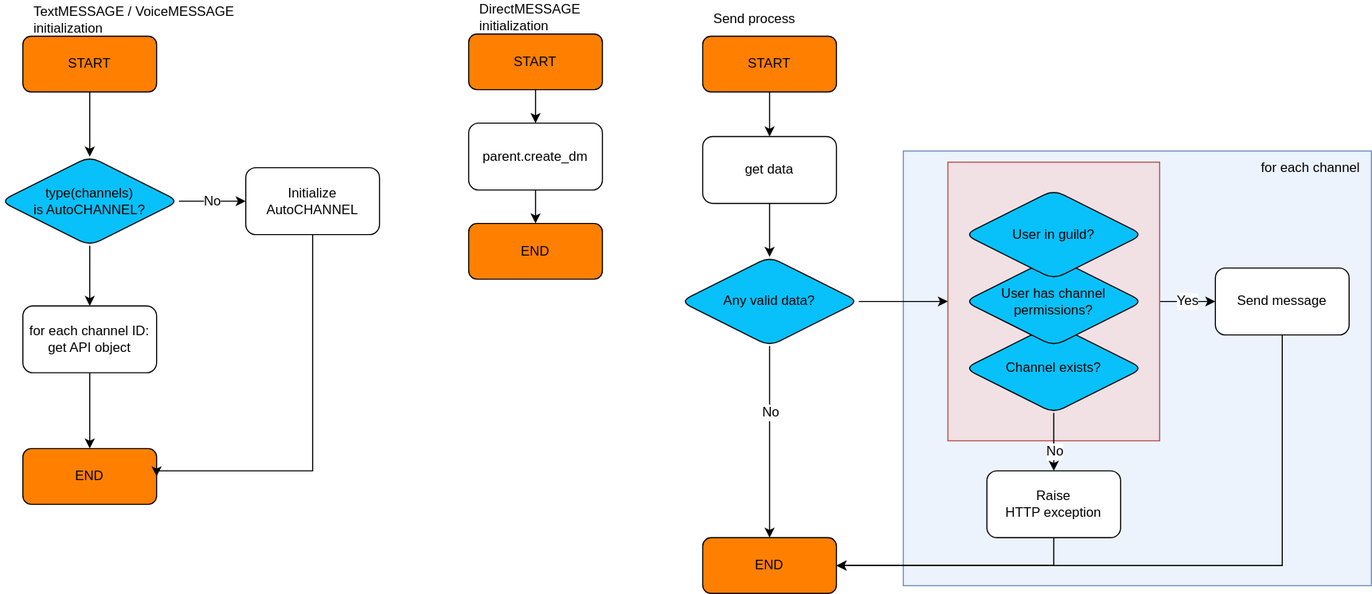
Before: docs/thesis/images/daf-message-process.svg, a diagram exported from draw.io (davidhozic/discord-advertisement-framework). Source tidied: cells renumbered, new cells last; positions are measured from the earlier drawing's top-left corner, leaving out a move shared by most shapes.
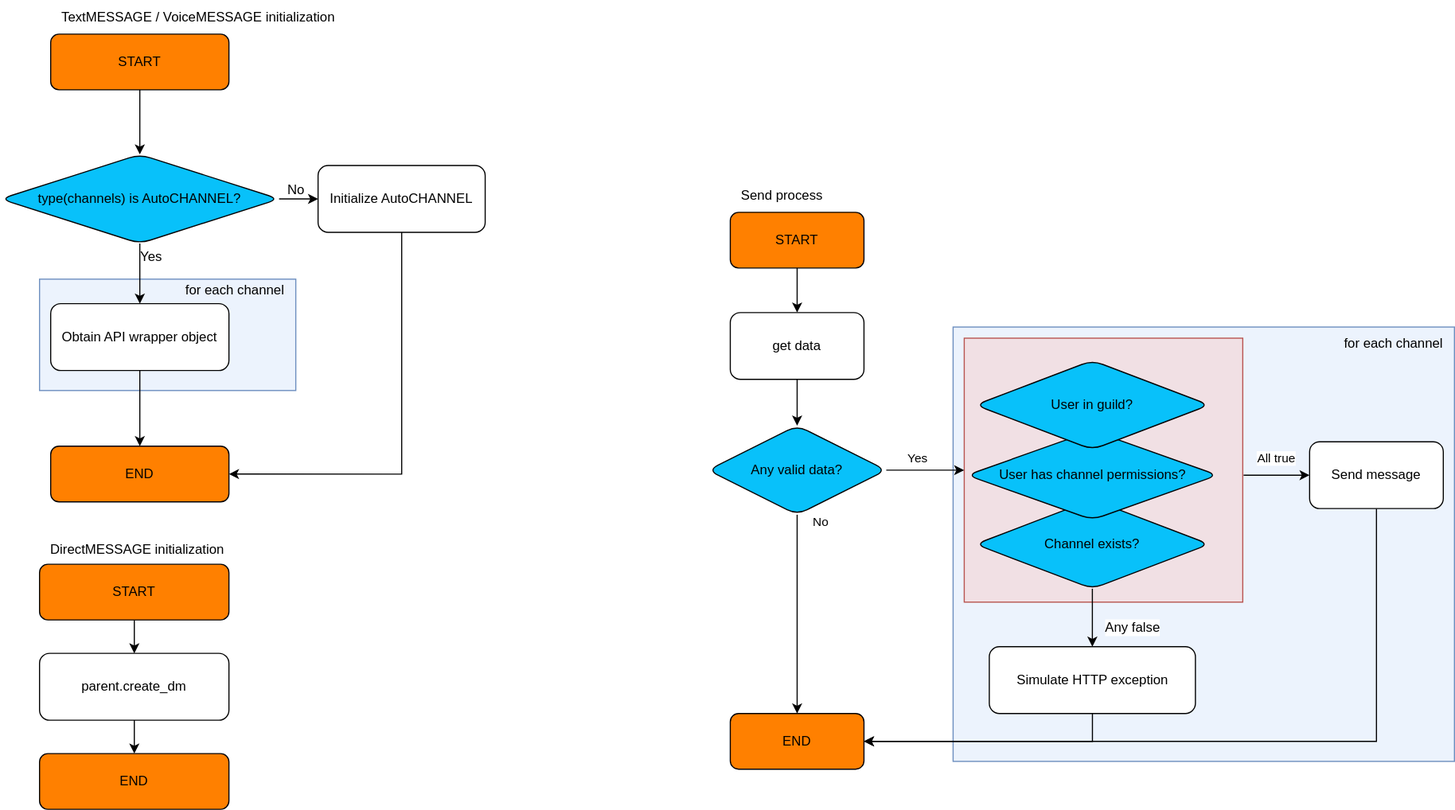
Above is the later version.

The edit, as a diff of the source:
```diff
@@ -2,140 +2,157 @@
   <root>
     <mxCell id="0" />
     <mxCell id="1" parent="0" />
+    <mxCell id="42" style="rounded=0;whiteSpace=wrap;html=1;fontSize=12;fillColor=#dae8fc;strokeOpacity=100;fillOpacity=50;strokeColor=#6c8ebf;" parent="1" vertex="1">
+      <mxGeometry x="-10" y="252" width="230" height="100" as="geometry" />
+    </mxCell>
     <mxCell id="2" style="rounded=0;whiteSpace=wrap;html=1;fontSize=12;fillColor=#dae8fc;strokeOpacity=100;fillOpacity=50;strokeColor=#6c8ebf;" parent="1" vertex="1">
-      <mxGeometry x="810" y="135" width="420" height="390" as="geometry" />
+      <mxGeometry x="810" y="295" width="450" height="390" as="geometry" />
     </mxCell>
-    <mxCell id="3" value="Yes" style="edgeStyle=orthogonalEdgeStyle;rounded=0;jettySize=auto;html=1;fontSize=12;" parent="1" edge="1" source="4" target="40">
-      <mxGeometry relative="1" as="geometry" />
-    </mxCell>
     <mxCell id="4" style="rounded=0;whiteSpace=wrap;html=1;fontSize=12;fillColor=#f8cecc;strokeOpacity=100;fillOpacity=50;strokeColor=#b85450;" parent="1" vertex="1">
-      <mxGeometry x="850" y="145" width="190" height="250" as="geometry" />
+      <mxGeometry x="820" y="305" width="250" height="237" as="geometry" />
     </mxCell>
     <mxCell id="5" style="edgeStyle=orthogonalEdgeStyle;rounded=0;jettySize=auto;html=1;fontSize=12;" parent="1" edge="1" source="6" target="9">
       <mxGeometry relative="1" as="geometry" />
     </mxCell>
     <mxCell id="6" value="START" style="rounded=1;whiteSpace=wrap;html=1;fontSize=12;glass=0;strokeWidth=1;shadow=0;fillColor=#FF8000;strokeColor=default;" parent="1" vertex="1">
-      <mxGeometry x="20" y="32" width="120" height="50" as="geometry" />
+      <mxGeometry y="32" width="160" height="50" as="geometry" />
     </mxCell>
-    <mxCell id="7" value="No" style="edgeStyle=orthogonalEdgeStyle;rounded=0;jettySize=auto;html=1;fontSize=12;" parent="1" edge="1" source="9" target="13">
-      <mxGeometry relative="1" as="geometry" />
+    <mxCell id="7" value="No" style="edgeStyle=orthogonalEdgeStyle;rounded=0;jettySize=auto;html=1;fontSize=12;endFill=1;labelBackgroundColor=none;" parent="1" edge="1" source="9" target="13">
+      <mxGeometry x="-0.33" y="8" relative="1" as="geometry" />
     </mxCell>
-    <mxCell id="8" style="edgeStyle=orthogonalEdgeStyle;rounded=0;jettySize=auto;html=1;fontSize=12;" parent="1" edge="1" source="9" target="15">
-      <mxGeometry relative="1" as="geometry" />
+    <mxCell id="8" value="Yes" style="edgeStyle=orthogonalEdgeStyle;rounded=0;jettySize=auto;html=1;fontSize=12;labelBackgroundColor=none;" parent="1" edge="1" source="9" target="15">
+      <mxGeometry x="-0.56" y="10" relative="1" as="geometry" />
     </mxCell>
-    <mxCell id="9" value="type(channels)&lt;br style=&quot;font-size: 12px;&quot;&gt;is AutoCHANNEL?" style="rhombus;whiteSpace=wrap;html=1;rounded=1;glass=0;strokeWidth=1;shadow=0;fillColor=#08C1FA;fontSize=12;" parent="1" vertex="1">
-      <mxGeometry y="140" width="160" height="80" as="geometry" />
+    <mxCell id="9" value="type(channels) is AutoCHANNEL?" style="rhombus;whiteSpace=wrap;html=1;rounded=1;glass=0;strokeWidth=1;shadow=0;fillColor=#08C1FA;fontSize=12;" parent="1" vertex="1">
+      <mxGeometry x="-45" y="140" width="250" height="80" as="geometry" />
     </mxCell>
     <mxCell id="10" value="END" style="whiteSpace=wrap;html=1;rounded=1;glass=0;strokeWidth=1;shadow=0;fillColor=#FF8000;strokeColor=default;" parent="1" vertex="1">
-      <mxGeometry x="20" y="402" width="120" height="50" as="geometry" />
+      <mxGeometry y="402" width="160" height="50" as="geometry" />
     </mxCell>
     <mxCell id="11" value="TextMESSAGE / VoiceMESSAGE initialization" style="text;html=1;strokeColor=none;fillColor=none;align=left;verticalAlign=middle;whiteSpace=wrap;rounded=0;spacing=10;" parent="1" vertex="1">
-      <mxGeometry x="20" y="2" width="240" height="30" as="geometry" />
+      <mxGeometry y="2" width="270" height="30" as="geometry" />
     </mxCell>
     <mxCell id="12" style="edgeStyle=orthogonalEdgeStyle;rounded=0;jettySize=auto;html=1;entryX=1;entryY=0.5;entryDx=0;entryDy=0;fontSize=12;" parent="1" edge="1" source="13" target="10">
       <mxGeometry relative="1" as="geometry">
         <Array as="points">
-          <mxPoint x="280" y="422" />
-          <mxPoint x="140" y="422" />
+          <mxPoint x="315" y="427" />
         </Array>
       </mxGeometry>
     </mxCell>
     <mxCell id="13" value="Initialize AutoCHANNEL" style="whiteSpace=wrap;html=1;rounded=1;glass=0;strokeWidth=1;shadow=0;" parent="1" vertex="1">
-      <mxGeometry x="220" y="150" width="120" height="60" as="geometry" />
+      <mxGeometry x="240" y="150" width="150" height="60" as="geometry" />
     </mxCell>
     <mxCell id="14" style="edgeStyle=orthogonalEdgeStyle;rounded=0;jettySize=auto;html=1;fontSize=12;" parent="1" edge="1" source="15" target="10">
       <mxGeometry relative="1" as="geometry" />
     </mxCell>
-    <mxCell id="15" value="for each channel ID:&lt;br&gt;get API object" style="whiteSpace=wrap;html=1;rounded=1;glass=0;strokeWidth=1;shadow=0;" parent="1" vertex="1">
-      <mxGeometry x="20" y="274" width="120" height="60" as="geometry" />
+    <mxCell id="15" value="Obtain API wrapper object" style="whiteSpace=wrap;html=1;rounded=1;glass=0;strokeWidth=1;shadow=0;" parent="1" vertex="1">
+      <mxGeometry y="274" width="160" height="60" as="geometry" />
     </mxCell>
     <mxCell id="16" style="edgeStyle=orthogonalEdgeStyle;rounded=0;jettySize=auto;html=1;fontSize=12;" parent="1" edge="1" source="17" target="21">
       <mxGeometry relative="1" as="geometry" />
     </mxCell>
     <mxCell id="17" value="START" style="rounded=1;whiteSpace=wrap;html=1;fontSize=12;glass=0;strokeWidth=1;shadow=0;fillColor=#FF8000;strokeColor=default;" parent="1" vertex="1">
-      <mxGeometry x="420" y="30" width="120" height="50" as="geometry" />
+      <mxGeometry x="-10" y="508" width="170" height="50" as="geometry" />
     </mxCell>
     <mxCell id="18" value="END" style="whiteSpace=wrap;html=1;rounded=1;glass=0;strokeWidth=1;shadow=0;fillColor=#FF8000;strokeColor=default;" parent="1" vertex="1">
-      <mxGeometry x="420" y="200" width="120" height="50" as="geometry" />
+      <mxGeometry x="-10" y="678" width="170" height="50" as="geometry" />
     </mxCell>
-    <mxCell id="19" value="DirectMESSAGE&lt;br&gt;initialization" style="text;html=1;strokeColor=none;fillColor=none;align=left;verticalAlign=middle;whiteSpace=wrap;rounded=0;spacing=10;" parent="1" vertex="1">
-      <mxGeometry x="420" width="240" height="30" as="geometry" />
+    <mxCell id="19" value="DirectMESSAGE initialization" style="text;html=1;strokeColor=none;fillColor=none;align=left;verticalAlign=middle;whiteSpace=wrap;rounded=0;spacing=10;" parent="1" vertex="1">
+      <mxGeometry x="-10" y="480" width="180" height="30" as="geometry" />
     </mxCell>
     <mxCell id="20" style="edgeStyle=orthogonalEdgeStyle;rounded=0;jettySize=auto;html=1;fontSize=12;" parent="1" edge="1" source="21" target="18">
       <mxGeometry relative="1" as="geometry" />
     </mxCell>
     <mxCell id="21" value="parent.create_dm" style="whiteSpace=wrap;html=1;rounded=1;glass=0;strokeWidth=1;shadow=0;" parent="1" vertex="1">
-      <mxGeometry x="420" y="110" width="120" height="60" as="geometry" />
+      <mxGeometry x="-10" y="588" width="170" height="60" as="geometry" />
     </mxCell>
-    <mxCell id="22" style="edgeStyle=orthogonalEdgeStyle;rounded=0;jettySize=auto;html=1;fontSize=12;" parent="1" edge="1" source="23" target="27">
+    <mxCell id="22" style="edgeStyle=orthogonalEdgeStyle;rounded=0;jettySize=auto;html=1;labelBackgroundColor=none;strokeColor=#000000;startArrow=none;startFill=0;endArrow=classic;endFill=1;" parent="1" edge="1" source="23" target="27">
       <mxGeometry relative="1" as="geometry" />
     </mxCell>
     <mxCell id="23" value="START" style="rounded=1;whiteSpace=wrap;html=1;fontSize=12;glass=0;strokeWidth=1;shadow=0;fillColor=#FF8000;strokeColor=default;" parent="1" vertex="1">
-      <mxGeometry x="630" y="32" width="120" height="50" as="geometry" />
+      <mxGeometry x="610" y="192" width="120" height="50" as="geometry" />
     </mxCell>
     <mxCell id="24" value="END" style="whiteSpace=wrap;html=1;rounded=1;glass=0;strokeWidth=1;shadow=0;fillColor=#FF8000;strokeColor=default;" parent="1" vertex="1">
-      <mxGeometry x="630" y="482" width="120" height="50" as="geometry" />
+      <mxGeometry x="610" y="642" width="120" height="50" as="geometry" />
     </mxCell>
     <mxCell id="25" value="Send process" style="text;html=1;strokeColor=none;fillColor=none;align=left;verticalAlign=middle;whiteSpace=wrap;rounded=0;spacing=10;" parent="1" vertex="1">
-      <mxGeometry x="630" y="2" width="240" height="30" as="geometry" />
+      <mxGeometry x="610" y="162" width="240" height="30" as="geometry" />
     </mxCell>
-    <mxCell id="26" style="edgeStyle=orthogonalEdgeStyle;rounded=0;jettySize=auto;html=1;fontSize=12;" parent="1" edge="1" source="27" target="31">
+    <mxCell id="26" style="edgeStyle=orthogonalEdgeStyle;rounded=0;jettySize=auto;html=1;labelBackgroundColor=none;strokeColor=#000000;startArrow=none;startFill=0;endArrow=classic;endFill=1;" parent="1" edge="1" source="27" target="31">
       <mxGeometry relative="1" as="geometry" />
     </mxCell>
     <mxCell id="27" value="get data" style="whiteSpace=wrap;html=1;rounded=1;glass=0;strokeWidth=1;shadow=0;" parent="1" vertex="1">
-      <mxGeometry x="630" y="122" width="120" height="60" as="geometry" />
+      <mxGeometry x="610" y="282" width="120" height="60" as="geometry" />
     </mxCell>
+    <mxCell id="30" style="edgeStyle=orthogonalEdgeStyle;rounded=0;jettySize=auto;html=1;labelBackgroundColor=none;strokeColor=#000000;startArrow=none;startFill=0;endArrow=classic;endFill=1;" parent="1" edge="1" source="31" target="4">
+      <mxGeometry relative="1" as="geometry" />
+    </mxCell>
+    <mxCell id="3" value="Yes" style="edgeLabel;html=1;align=center;verticalAlign=middle;" parent="30" vertex="1">
+      <mxGeometry x="-0.37" relative="1" as="geometry">
+        <mxPoint x="5" y="-11" as="offset" />
+      </mxGeometry>
+    </mxCell>
-    <mxCell id="28" style="edgeStyle=orthogonalEdgeStyle;rounded=0;jettySize=auto;html=1;fontSize=12;" parent="1" edge="1" source="31" target="24">
+    <mxCell id="28" style="edgeStyle=orthogonalEdgeStyle;rounded=0;jettySize=auto;html=1;entryX=0.5;entryY=0;entryDx=0;entryDy=0;labelBackgroundColor=none;strokeColor=#000000;startArrow=none;startFill=0;endArrow=classic;endFill=1;" parent="1" edge="1" source="31" target="24">
       <mxGeometry relative="1" as="geometry" />
     </mxCell>
-    <mxCell id="29" value="No" style="edgeLabel;html=1;align=center;verticalAlign=middle;fontSize=12;" parent="28" vertex="1">
-      <mxGeometry x="-0.31" relative="1" as="geometry" />
+    <mxCell id="29" value="No" style="edgeLabel;html=1;align=center;verticalAlign=middle;" parent="28" vertex="1">
+      <mxGeometry x="-0.1" relative="1" as="geometry">
+        <mxPoint x="20" y="-74" as="offset" />
+      </mxGeometry>
     </mxCell>
-    <mxCell id="30" style="edgeStyle=orthogonalEdgeStyle;rounded=0;jettySize=auto;html=1;fontSize=12;entryX=0;entryY=0.5;entryDx=0;entryDy=0;" parent="1" edge="1" source="31" target="4">
-      <mxGeometry relative="1" as="geometry" />
-    </mxCell>
     <mxCell id="31" value="Any valid data?" style="rhombus;whiteSpace=wrap;html=1;rounded=1;glass=0;strokeWidth=1;shadow=0;fillColor=#08C1FA;fontSize=12;" parent="1" vertex="1">
-      <mxGeometry x="610" y="230" width="160" height="80" as="geometry" />
+      <mxGeometry x="590" y="383.5" width="160" height="80" as="geometry" />
     </mxCell>
     <mxCell id="32" style="edgeStyle=orthogonalEdgeStyle;rounded=0;jettySize=auto;html=1;fontSize=12;" parent="1" edge="1" source="34" target="38">
       <mxGeometry relative="1" as="geometry" />
     </mxCell>
-    <mxCell id="33" value="No" style="edgeLabel;html=1;align=center;verticalAlign=middle;fontSize=12;" parent="32" vertex="1">
+    <mxCell id="33" value="Any false" style="edgeLabel;html=1;align=center;verticalAlign=middle;fontSize=12;" parent="32" vertex="1">
       <mxGeometry x="0.3" y="-3" relative="1" as="geometry">
-        <mxPoint x="3" as="offset" />
+        <mxPoint x="38" as="offset" />
       </mxGeometry>
     </mxCell>
     <mxCell id="34" value="Channel exists?" style="rhombus;whiteSpace=wrap;html=1;rounded=1;glass=0;strokeWidth=1;shadow=0;fillColor=#08C1FA;fontSize=12;" parent="1" vertex="1">
-      <mxGeometry x="865" y="290" width="160" height="80" as="geometry" />
+      <mxGeometry x="830" y="450" width="210" height="80" as="geometry" />
     </mxCell>
-    <mxCell id="35" value="User has channel&lt;br&gt;permissions?" style="rhombus;whiteSpace=wrap;html=1;rounded=1;glass=0;strokeWidth=1;shadow=0;fillColor=#08C1FA;fontSize=12;" parent="1" vertex="1">
-      <mxGeometry x="865" y="230" width="160" height="80" as="geometry" />
+    <mxCell id="35" value="User has channel permissions?" style="rhombus;whiteSpace=wrap;html=1;rounded=1;glass=0;strokeWidth=1;shadow=0;fillColor=#08C1FA;fontSize=12;" parent="1" vertex="1">
+      <mxGeometry x="822.5" y="388" width="225" height="80" as="geometry" />
     </mxCell>
     <mxCell id="36" value="User in guild?" style="rhombus;whiteSpace=wrap;html=1;rounded=1;glass=0;strokeWidth=1;shadow=0;fillColor=#08C1FA;fontSize=12;" parent="1" vertex="1">
-      <mxGeometry x="865" y="170" width="160" height="80" as="geometry" />
+      <mxGeometry x="830" y="325" width="210" height="80" as="geometry" />
     </mxCell>
     <mxCell id="37" style="edgeStyle=orthogonalEdgeStyle;rounded=0;jettySize=auto;html=1;entryX=1;entryY=0.5;entryDx=0;entryDy=0;fontSize=12;" parent="1" edge="1" source="38" target="24">
       <mxGeometry relative="1" as="geometry">
         <Array as="points">
-          <mxPoint x="945" y="507" />
+          <mxPoint x="935" y="667" />
         </Array>
       </mxGeometry>
     </mxCell>
-    <mxCell id="38" value="Raise&lt;br&gt;HTTP exception" style="whiteSpace=wrap;html=1;rounded=1;glass=0;strokeWidth=1;shadow=0;" parent="1" vertex="1">
-      <mxGeometry x="885" y="422" width="120" height="60" as="geometry" />
+    <mxCell id="38" value="Simulate HTTP exception" style="whiteSpace=wrap;html=1;rounded=1;glass=0;strokeWidth=1;shadow=0;" parent="1" vertex="1">
+      <mxGeometry x="842.5" y="582" width="185" height="60" as="geometry" />
     </mxCell>
     <mxCell id="39" style="edgeStyle=orthogonalEdgeStyle;rounded=0;jettySize=auto;html=1;entryX=1;entryY=0.5;entryDx=0;entryDy=0;fontSize=12;" parent="1" edge="1" source="40" target="24">
       <mxGeometry relative="1" as="geometry">
         <Array as="points">
-          <mxPoint x="1150" y="507" />
+          <mxPoint x="1190" y="667" />
         </Array>
       </mxGeometry>
     </mxCell>
     <mxCell id="40" value="Send message" style="whiteSpace=wrap;html=1;rounded=1;glass=0;strokeWidth=1;shadow=0;" parent="1" vertex="1">
-      <mxGeometry x="1090" y="240" width="120" height="60" as="geometry" />
+      <mxGeometry x="1130" y="398" width="120" height="60" as="geometry" />
     </mxCell>
     <mxCell id="41" value="for each channel" style="text;html=1;strokeColor=none;fillColor=none;align=right;verticalAlign=middle;whiteSpace=wrap;rounded=0;spacing=10;" parent="1" vertex="1">
-      <mxGeometry x="990" y="135" width="240" height="30" as="geometry" />
+      <mxGeometry x="1020" y="295" width="240" height="30" as="geometry" />
     </mxCell>
+    <mxCell id="43" value="for each channel" style="text;html=1;strokeColor=none;fillColor=none;align=right;verticalAlign=middle;whiteSpace=wrap;rounded=0;spacing=10;" parent="1" vertex="1">
+      <mxGeometry x="-20" y="252" width="240" height="20" as="geometry" />
+    </mxCell>
+    <mxCell id="44" style="endArrow=classic;html=1;rounded=0;labelBackgroundColor=none;strokeColor=#000000;exitX=1.003;exitY=0.519;exitDx=0;exitDy=0;exitPerimeter=0;entryX=0;entryY=0.5;entryDx=0;entryDy=0;" parent="1" edge="1" source="4" target="40">
+      <mxGeometry relative="1" as="geometry" />
+    </mxCell>
+    <mxCell id="45" value="All true" style="edgeLabel;html=1;align=center;verticalAlign=middle;" parent="44" vertex="1">
+      <mxGeometry x="0.13" relative="1" as="geometry">
+        <mxPoint x="-4" y="-16" as="offset" />
+      </mxGeometry>
+    </mxCell>
   </root>
 </mxGraphModel>
```
